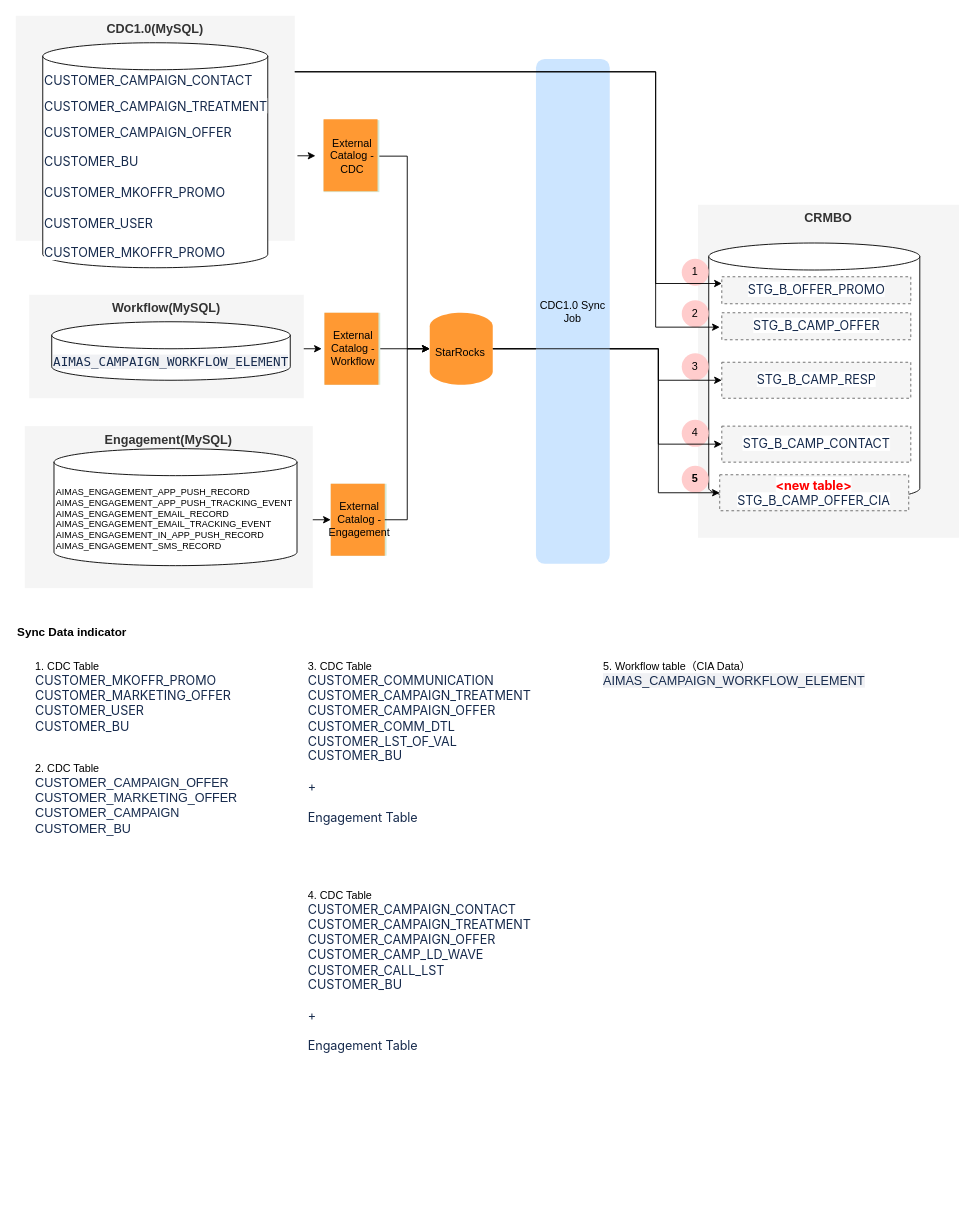
Earlier version of the draw.io diagram techlab/EDP/CRMBO data integration strategy.drawio (qiufang1314/drawio). Source tidied: cells renumbered, new cells numbered last; positions are measured from the earlier drawing's top-left corner, leaving out a move shared by most shapes. Both pictures are drawn from the tidied source at 90%, with x=0, y=0 at pixel (15, 15).
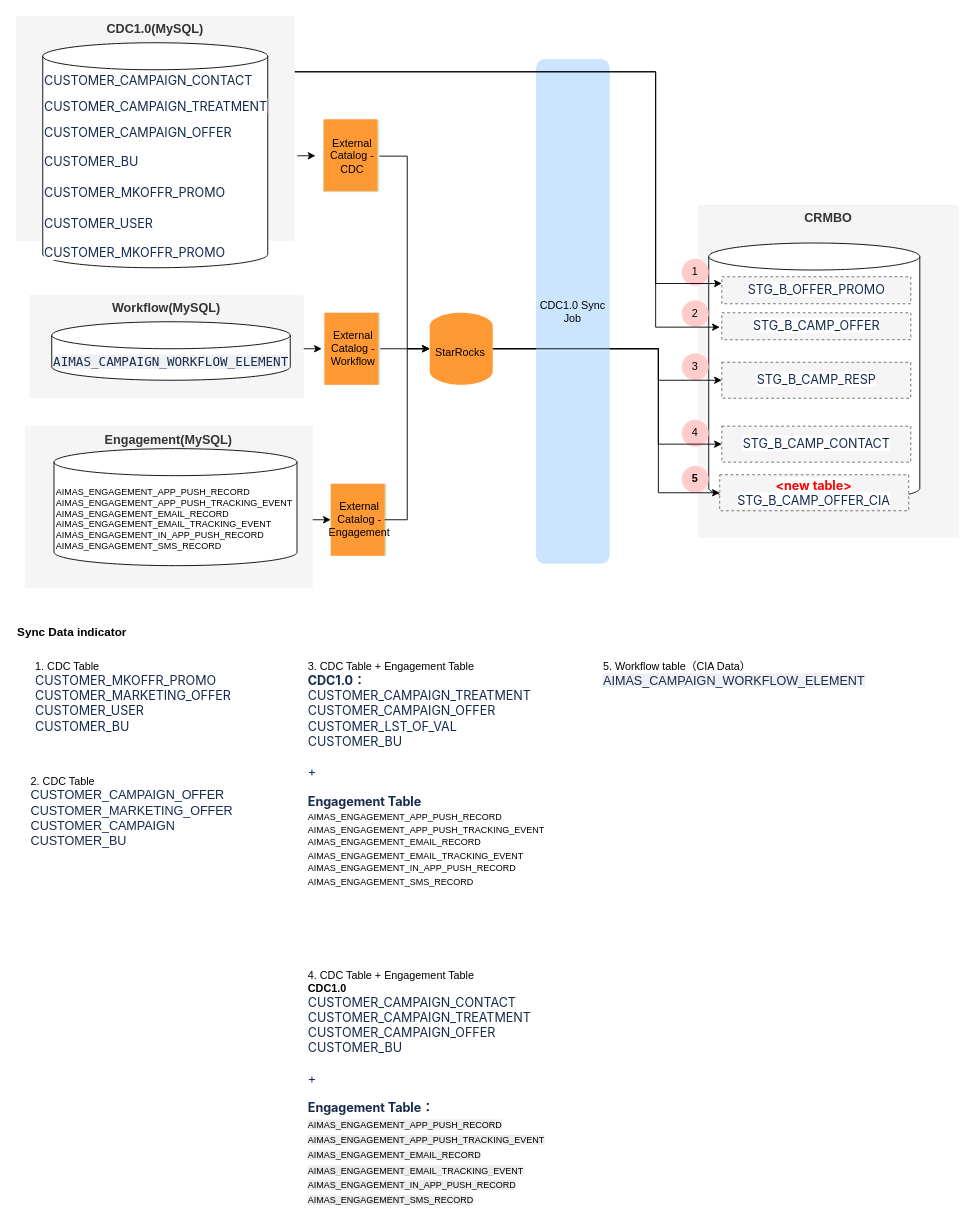
After the change.

Diff of the diagram source:
```diff
@@
     <mxCell id="34" value="&lt;font face=&quot;Helvetica&quot;&gt;2. CDC Table&lt;/font&gt;&lt;div&gt;&lt;font face=&quot;Helvetica&quot;&gt;&lt;span style=&quot;color: rgb(23, 43, 77); font-size: 14px; letter-spacing: -0.07px; white-space-collapse: preserve; background-color: rgb(255, 255, 255);&quot;&gt;CUSTOMER_CAMPAIGN_OFFER&lt;/span&gt;&lt;br style=&quot;box-sizing: border-box; color: rgb(23, 43, 77); font-size: 14px; letter-spacing: -0.07px; white-space-collapse: preserve; background-color: rgb(255, 255, 255);&quot;&gt;&lt;span style=&quot;color: rgb(23, 43, 77); font-size: 14px; letter-spacing: -0.07px; white-space-collapse: preserve; background-color: rgb(255, 255, 255);&quot;&gt;CUSTOMER_MARKETING_OFFER&lt;/span&gt;&lt;br style=&quot;box-sizing: border-box; color: rgb(23, 43, 77); font-size: 14px; letter-spacing: -0.07px; white-space-collapse: preserve; background-color: rgb(255, 255, 255);&quot;&gt;&lt;span style=&quot;color: rgb(23, 43, 77); font-size: 14px; letter-spacing: -0.07px; white-space-collapse: preserve; background-color: rgb(255, 255, 255);&quot;&gt;CUSTOMER_CAMPAIGN&lt;/span&gt;&lt;br style=&quot;box-sizing: border-box; color: rgb(23, 43, 77); font-size: 14px; letter-spacing: -0.07px; white-space-collapse: preserve; background-color: rgb(255, 255, 255);&quot;&gt;&lt;span style=&quot;color: rgb(23, 43, 77); font-size: 14px; letter-spacing: -0.07px; white-space-collapse: preserve; background-color: rgb(255, 255, 255);&quot;&gt;CUSTOMER_BU&lt;/span&gt;&lt;/font&gt;&lt;/div&gt;&lt;div&gt;&lt;span style=&quot;color: rgb(23, 43, 77); font-family: -apple-system, &amp;quot;system-ui&amp;quot;, &amp;quot;Segoe UI&amp;quot;, Roboto, Oxygen, Ubuntu, &amp;quot;Fira Sans&amp;quot;, &amp;quot;Droid Sans&amp;quot;, &amp;quot;Helvetica Neue&amp;quot;, sans-serif; font-size: 14px; letter-spacing: -0.07px; white-space-collapse: preserve; background-color: rgb(255, 255, 255);&quot;&gt;&lt;br&gt;&lt;/span&gt;&lt;/div&gt;" style="text;html=1;align=left;verticalAlign=top;whiteSpace=wrap;rounded=0;" parent="1" vertex="1">
-      <mxGeometry x="20" y="823" width="336" height="120" as="geometry" />
+      <mxGeometry x="15" y="837" width="336" height="120" as="geometry" />
     </mxCell>
-    <mxCell id="35" value="3. CDC Table&lt;div&gt;&lt;span style=&quot;color: rgb(23, 43, 77); font-family: -apple-system, &amp;quot;system-ui&amp;quot;, &amp;quot;Segoe UI&amp;quot;, Roboto, Oxygen, Ubuntu, &amp;quot;Fira Sans&amp;quot;, &amp;quot;Droid Sans&amp;quot;, &amp;quot;Helvetica Neue&amp;quot;, sans-serif; font-size: 14px; letter-spacing: -0.07px; white-space-collapse: preserve; background-color: rgb(255, 255, 255);&quot;&gt;CUSTOMER_COMMUNICATION&lt;/span&gt;&lt;br style=&quot;box-sizing: border-box; color: rgb(23, 43, 77); font-family: -apple-system, &amp;quot;system-ui&amp;quot;, &amp;quot;Segoe UI&amp;quot;, Roboto, Oxygen, Ubuntu, &amp;quot;Fira Sans&amp;quot;, &amp;quot;Droid Sans&amp;quot;, &amp;quot;Helvetica Neue&amp;quot;, sans-serif; font-size: 14px; letter-spacing: -0.07px; white-space-collapse: preserve; background-color: rgb(255, 255, 255);&quot;&gt;&lt;span style=&quot;color: rgb(23, 43, 77); font-family: -apple-system, &amp;quot;system-ui&amp;quot;, &amp;quot;Segoe UI&amp;quot;, Roboto, Oxygen, Ubuntu, &amp;quot;Fira Sans&amp;quot;, &amp;quot;Droid Sans&amp;quot;, &amp;quot;Helvetica Neue&amp;quot;, sans-serif; font-size: 14px; letter-spacing: -0.07px; white-space-collapse: preserve; background-color: rgb(255, 255, 255);&quot;&gt;CUSTOMER_CAMPAIGN_TREATMENT&lt;/span&gt;&lt;br style=&quot;box-sizing: border-box; color: rgb(23, 43, 77); font-family: -apple-system, &amp;quot;system-ui&amp;quot;, &amp;quot;Segoe UI&amp;quot;, Roboto, Oxygen, Ubuntu, &amp;quot;Fira Sans&amp;quot;, &amp;quot;Droid Sans&amp;quot;, &amp;quot;Helvetica Neue&amp;quot;, sans-serif; font-size: 14px; letter-spacing: -0.07px; white-space-collapse: preserve; background-color: rgb(255, 255, 255);&quot;&gt;&lt;span style=&quot;color: rgb(23, 43, 77); font-family: -apple-system, &amp;quot;system-ui&amp;quot;, &amp;quot;Segoe UI&amp;quot;, Roboto, Oxygen, Ubuntu, &amp;quot;Fira Sans&amp;quot;, &amp;quot;Droid Sans&amp;quot;, &amp;quot;Helvetica Neue&amp;quot;, sans-serif; font-size: 14px; letter-spacing: -0.07px; white-space-collapse: preserve; background-color: rgb(255, 255, 255);&quot;&gt;CUSTOMER_CAMPAIGN_OFFER&lt;/span&gt;&lt;br style=&quot;box-sizing: border-box; color: rgb(23, 43, 77); font-family: -apple-system, &amp;quot;system-ui&amp;quot;, &amp;quot;Segoe UI&amp;quot;, Roboto, Oxygen, Ubuntu, &amp;quot;Fira Sans&amp;quot;, &amp;quot;Droid Sans&amp;quot;, &amp;quot;Helvetica Neue&amp;quot;, sans-serif; font-size: 14px; letter-spacing: -0.07px; white-space-collapse: preserve; background-color: rgb(255, 255, 255);&quot;&gt;&lt;span style=&quot;color: rgb(23, 43, 77); font-family: -apple-system, &amp;quot;system-ui&amp;quot;, &amp;quot;Segoe UI&amp;quot;, Roboto, Oxygen, Ubuntu, &amp;quot;Fira Sans&amp;quot;, &amp;quot;Droid Sans&amp;quot;, &amp;quot;Helvetica Neue&amp;quot;, sans-serif; font-size: 14px; letter-spacing: -0.07px; white-space-collapse: preserve; background-color: rgb(255, 255, 255);&quot;&gt;CUSTOMER_COMM_DTL&lt;/span&gt;&lt;br style=&quot;box-sizing: border-box; color: rgb(23, 43, 77); font-family: -apple-system, &amp;quot;system-ui&amp;quot;, &amp;quot;Segoe UI&amp;quot;, Roboto, Oxygen, Ubuntu, &amp;quot;Fira Sans&amp;quot;, &amp;quot;Droid Sans&amp;quot;, &amp;quot;Helvetica Neue&amp;quot;, sans-serif; font-size: 14px; letter-spacing: -0.07px; white-space-collapse: preserve; background-color: rgb(255, 255, 255);&quot;&gt;&lt;span style=&quot;color: rgb(23, 43, 77); font-family: -apple-system, &amp;quot;system-ui&amp;quot;, &amp;quot;Segoe UI&amp;quot;, Roboto, Oxygen, Ubuntu, &amp;quot;Fira Sans&amp;quot;, &amp;quot;Droid Sans&amp;quot;, &amp;quot;Helvetica Neue&amp;quot;, sans-serif; font-size: 14px; letter-spacing: -0.07px; white-space-collapse: preserve; background-color: rgb(255, 255, 255);&quot;&gt;CUSTOMER_LST_OF_VAL&lt;/span&gt;&lt;br style=&quot;box-sizing: border-box; color: rgb(23, 43, 77); font-family: -apple-system, &amp;quot;system-ui&amp;quot;, &amp;quot;Segoe UI&amp;quot;, Roboto, Oxygen, Ubuntu, &amp;quot;Fira Sans&amp;quot;, &amp;quot;Droid Sans&amp;quot;, &amp;quot;Helvetica Neue&amp;quot;, sans-serif; font-size: 14px; letter-spacing: -0.07px; white-space-collapse: preserve; background-color: rgb(255, 255, 255);&quot;&gt;&lt;span style=&quot;color: rgb(23, 43, 77); font-family: -apple-system, &amp;quot;system-ui&amp;quot;, &amp;quot;Segoe UI&amp;quot;, Roboto, Oxygen, Ubuntu, &amp;quot;Fira Sans&amp;quot;, &amp;quot;Droid Sans&amp;quot;, &amp;quot;Helvetica Neue&amp;quot;, sans-serif; font-size: 14px; letter-spacing: -0.07px; white-space-collapse: preserve; background-color: rgb(255, 255, 255);&quot;&gt;CUSTOMER_BU&lt;/span&gt;&lt;/div&gt;&lt;div&gt;&lt;span style=&quot;color: rgb(23, 43, 77); font-family: -apple-system, &amp;quot;system-ui&amp;quot;, &amp;quot;Segoe UI&amp;quot;, Roboto, Oxygen, Ubuntu, &amp;quot;Fira Sans&amp;quot;, &amp;quot;Droid Sans&amp;quot;, &amp;quot;Helvetica Neue&amp;quot;, sans-serif; font-size: 14px; letter-spacing: -0.07px; white-space-collapse: preserve; background-color: rgb(255, 255, 255);&quot;&gt;&lt;br&gt;&lt;/span&gt;&lt;/div&gt;&lt;div&gt;&lt;span style=&quot;color: rgb(23, 43, 77); font-family: -apple-system, &amp;quot;system-ui&amp;quot;, &amp;quot;Segoe UI&amp;quot;, Roboto, Oxygen, Ubuntu, &amp;quot;Fira Sans&amp;quot;, &amp;quot;Droid Sans&amp;quot;, &amp;quot;Helvetica Neue&amp;quot;, sans-serif; font-size: 14px; letter-spacing: -0.07px; white-space-collapse: preserve; background-color: rgb(255, 255, 255);&quot;&gt;+&lt;/span&gt;&lt;/div&gt;&lt;div&gt;&lt;span style=&quot;color: rgb(23, 43, 77); font-family: -apple-system, &amp;quot;system-ui&amp;quot;, &amp;quot;Segoe UI&amp;quot;, Roboto, Oxygen, Ubuntu, &amp;quot;Fira Sans&amp;quot;, &amp;quot;Droid Sans&amp;quot;, &amp;quot;Helvetica Neue&amp;quot;, sans-serif; font-size: 14px; letter-spacing: -0.07px; white-space-collapse: preserve; background-color: rgb(255, 255, 255);&quot;&gt;&lt;br&gt;&lt;/span&gt;&lt;/div&gt;&lt;div&gt;&lt;span style=&quot;color: rgb(23, 43, 77); font-family: -apple-system, &amp;quot;system-ui&amp;quot;, &amp;quot;Segoe UI&amp;quot;, Roboto, Oxygen, Ubuntu, &amp;quot;Fira Sans&amp;quot;, &amp;quot;Droid Sans&amp;quot;, &amp;quot;Helvetica Neue&amp;quot;, sans-serif; font-size: 14px; letter-spacing: -0.07px; white-space-collapse: preserve; background-color: rgb(255, 255, 255);&quot;&gt;Engagement Table&lt;/span&gt;&lt;/div&gt;" style="text;html=1;align=left;verticalAlign=top;whiteSpace=wrap;rounded=0;" parent="1" vertex="1">
+    <mxCell id="35" value="3. CDC Table + Engagement Table&lt;div&gt;&lt;font face=&quot;-apple-system, system-ui, Segoe UI, Roboto, Oxygen, Ubuntu, Fira Sans, Droid Sans, Helvetica Neue, sans-serif&quot; color=&quot;#172b4d&quot;&gt;&lt;span style=&quot;font-size: 14px; letter-spacing: -0.07px; white-space-collapse: preserve; background-color: rgb(255, 255, 255);&quot;&gt;&lt;b&gt;CDC1.0：&lt;/b&gt;&lt;/span&gt;&lt;/font&gt;&lt;/div&gt;&lt;div&gt;&lt;span style=&quot;color: rgb(23, 43, 77); font-family: -apple-system, &amp;quot;system-ui&amp;quot;, &amp;quot;Segoe UI&amp;quot;, Roboto, Oxygen, Ubuntu, &amp;quot;Fira Sans&amp;quot;, &amp;quot;Droid Sans&amp;quot;, &amp;quot;Helvetica Neue&amp;quot;, sans-serif; font-size: 14px; letter-spacing: -0.07px; white-space-collapse: preserve; background-color: rgb(255, 255, 255);&quot;&gt;CUSTOMER_CAMPAIGN_TREATMENT&lt;/span&gt;&lt;br style=&quot;box-sizing: border-box; color: rgb(23, 43, 77); font-family: -apple-system, &amp;quot;system-ui&amp;quot;, &amp;quot;Segoe UI&amp;quot;, Roboto, Oxygen, Ubuntu, &amp;quot;Fira Sans&amp;quot;, &amp;quot;Droid Sans&amp;quot;, &amp;quot;Helvetica Neue&amp;quot;, sans-serif; font-size: 14px; letter-spacing: -0.07px; white-space-collapse: preserve; background-color: rgb(255, 255, 255);&quot;&gt;&lt;span style=&quot;color: rgb(23, 43, 77); font-family: -apple-system, &amp;quot;system-ui&amp;quot;, &amp;quot;Segoe UI&amp;quot;, Roboto, Oxygen, Ubuntu, &amp;quot;Fira Sans&amp;quot;, &amp;quot;Droid Sans&amp;quot;, &amp;quot;Helvetica Neue&amp;quot;, sans-serif; font-size: 14px; letter-spacing: -0.07px; white-space-collapse: preserve; background-color: rgb(255, 255, 255);&quot;&gt;CUSTOMER_CAMPAIGN_OFFER&lt;/span&gt;&lt;br style=&quot;box-sizing: border-box; color: rgb(23, 43, 77); font-family: -apple-system, &amp;quot;system-ui&amp;quot;, &amp;quot;Segoe UI&amp;quot;, Roboto, Oxygen, Ubuntu, &amp;quot;Fira Sans&amp;quot;, &amp;quot;Droid Sans&amp;quot;, &amp;quot;Helvetica Neue&amp;quot;, sans-serif; font-size: 14px; letter-spacing: -0.07px; white-space-collapse: preserve; background-color: rgb(255, 255, 255);&quot;&gt;&lt;span style=&quot;color: rgb(23, 43, 77); font-family: -apple-system, &amp;quot;system-ui&amp;quot;, &amp;quot;Segoe UI&amp;quot;, Roboto, Oxygen, Ubuntu, &amp;quot;Fira Sans&amp;quot;, &amp;quot;Droid Sans&amp;quot;, &amp;quot;Helvetica Neue&amp;quot;, sans-serif; font-size: 14px; letter-spacing: -0.07px; white-space-collapse: preserve; background-color: rgb(255, 255, 255);&quot;&gt;CUSTOMER_LST_OF_VAL&lt;/span&gt;&lt;br style=&quot;box-sizing: border-box; color: rgb(23, 43, 77); font-family: -apple-system, &amp;quot;system-ui&amp;quot;, &amp;quot;Segoe UI&amp;quot;, Roboto, Oxygen, Ubuntu, &amp;quot;Fira Sans&amp;quot;, &amp;quot;Droid Sans&amp;quot;, &amp;quot;Helvetica Neue&amp;quot;, sans-serif; font-size: 14px; letter-spacing: -0.07px; white-space-collapse: preserve; background-color: rgb(255, 255, 255);&quot;&gt;&lt;span style=&quot;color: rgb(23, 43, 77); font-family: -apple-system, &amp;quot;system-ui&amp;quot;, &amp;quot;Segoe UI&amp;quot;, Roboto, Oxygen, Ubuntu, &amp;quot;Fira Sans&amp;quot;, &amp;quot;Droid Sans&amp;quot;, &amp;quot;Helvetica Neue&amp;quot;, sans-serif; font-size: 14px; letter-spacing: -0.07px; white-space-collapse: preserve; background-color: rgb(255, 255, 255);&quot;&gt;CUSTOMER_BU&lt;/span&gt;&lt;/div&gt;&lt;div&gt;&lt;span style=&quot;color: rgb(23, 43, 77); font-family: -apple-system, &amp;quot;system-ui&amp;quot;, &amp;quot;Segoe UI&amp;quot;, Roboto, Oxygen, Ubuntu, &amp;quot;Fira Sans&amp;quot;, &amp;quot;Droid Sans&amp;quot;, &amp;quot;Helvetica Neue&amp;quot;, sans-serif; font-size: 14px; letter-spacing: -0.07px; white-space-collapse: preserve; background-color: rgb(255, 255, 255);&quot;&gt;&lt;br&gt;&lt;/span&gt;&lt;/div&gt;&lt;div&gt;&lt;span style=&quot;color: rgb(23, 43, 77); font-family: -apple-system, &amp;quot;system-ui&amp;quot;, &amp;quot;Segoe UI&amp;quot;, Roboto, Oxygen, Ubuntu, &amp;quot;Fira Sans&amp;quot;, &amp;quot;Droid Sans&amp;quot;, &amp;quot;Helvetica Neue&amp;quot;, sans-serif; font-size: 14px; letter-spacing: -0.07px; white-space-collapse: preserve; background-color: rgb(255, 255, 255);&quot;&gt;+&lt;/span&gt;&lt;/div&gt;&lt;div&gt;&lt;span style=&quot;color: rgb(23, 43, 77); font-family: -apple-system, &amp;quot;system-ui&amp;quot;, &amp;quot;Segoe UI&amp;quot;, Roboto, Oxygen, Ubuntu, &amp;quot;Fira Sans&amp;quot;, &amp;quot;Droid Sans&amp;quot;, &amp;quot;Helvetica Neue&amp;quot;, sans-serif; font-size: 14px; letter-spacing: -0.07px; white-space-collapse: preserve; background-color: rgb(255, 255, 255);&quot;&gt;&lt;br&gt;&lt;/span&gt;&lt;/div&gt;&lt;div&gt;&lt;span style=&quot;color: rgb(23, 43, 77); font-family: -apple-system, &amp;quot;system-ui&amp;quot;, &amp;quot;Segoe UI&amp;quot;, Roboto, Oxygen, Ubuntu, &amp;quot;Fira Sans&amp;quot;, &amp;quot;Droid Sans&amp;quot;, &amp;quot;Helvetica Neue&amp;quot;, sans-serif; font-size: 14px; letter-spacing: -0.07px; white-space-collapse: preserve; background-color: rgb(255, 255, 255);&quot;&gt;&lt;b&gt;Engagement Table&lt;/b&gt;&lt;/span&gt;&lt;/div&gt;&lt;div&gt;&lt;font face=&quot;Helvetica&quot;&gt;&lt;span style=&quot;font-size: 10px;&quot;&gt;AIMAS_ENGAGEMENT_APP_PUSH_RECORD&lt;/span&gt;&lt;br style=&quot;font-size: 10px;&quot;&gt;&lt;span style=&quot;font-size: 10px;&quot;&gt;AIMAS_ENGAGEMENT_APP_PUSH_TRACKING_EVENT&lt;/span&gt;&lt;br style=&quot;font-size: 10px;&quot;&gt;&lt;span style=&quot;font-size: 10px;&quot;&gt;AIMAS_ENGAGEMENT_EMAIL_RECORD&lt;/span&gt;&lt;br style=&quot;font-size: 10px;&quot;&gt;&lt;span style=&quot;font-size: 10px;&quot;&gt;AIMAS_ENGAGEMENT_EMAIL_TRACKING_EVENT&lt;/span&gt;&lt;br style=&quot;font-size: 10px;&quot;&gt;&lt;span style=&quot;font-size: 10px;&quot;&gt;AIMAS_ENGAGEMENT_IN_APP_PUSH_RECORD&lt;/span&gt;&lt;br style=&quot;font-size: 10px;&quot;&gt;&lt;span style=&quot;font-size: 10px;&quot;&gt;AIMAS_ENGAGEMENT_SMS_RECORD&lt;/span&gt;&lt;/font&gt;&lt;/div&gt;" style="text;html=1;align=left;verticalAlign=top;whiteSpace=wrap;rounded=0;" parent="1" vertex="1">
       <mxGeometry x="323" y="710" width="220" height="100" as="geometry" />
     </mxCell>
-    <mxCell id="36" value="4. CDC Table&lt;div&gt;&lt;font face=&quot;-apple-system, system-ui, Segoe UI, Roboto, Oxygen, Ubuntu, Fira Sans, Droid Sans, Helvetica Neue, sans-serif&quot; color=&quot;#172b4d&quot;&gt;&lt;span style=&quot;font-size: 14px; letter-spacing: -0.07px; white-space-collapse: preserve;&quot;&gt;CUSTOMER_CAMPAIGN_CONTACT&lt;br/&gt;CUSTOMER_CAMPAIGN_TREATMENT&lt;br/&gt;CUSTOMER_CAMPAIGN_OFFER&lt;br/&gt;CUSTOMER_CAMP_LD_WAVE&lt;br/&gt;CUSTOMER_CALL_LST&lt;br/&gt;CUSTOMER_BU&lt;/span&gt;&lt;/font&gt;&lt;/div&gt;&lt;div&gt;&lt;span style=&quot;color: rgb(23, 43, 77); font-family: -apple-system, &amp;quot;system-ui&amp;quot;, &amp;quot;Segoe UI&amp;quot;, Roboto, Oxygen, Ubuntu, &amp;quot;Fira Sans&amp;quot;, &amp;quot;Droid Sans&amp;quot;, &amp;quot;Helvetica Neue&amp;quot;, sans-serif; font-size: 14px; letter-spacing: -0.07px; white-space-collapse: preserve; background-color: rgb(255, 255, 255);&quot;&gt;&lt;br&gt;&lt;/span&gt;&lt;/div&gt;&lt;div&gt;&lt;span style=&quot;color: rgb(23, 43, 77); font-family: -apple-system, &amp;quot;system-ui&amp;quot;, &amp;quot;Segoe UI&amp;quot;, Roboto, Oxygen, Ubuntu, &amp;quot;Fira Sans&amp;quot;, &amp;quot;Droid Sans&amp;quot;, &amp;quot;Helvetica Neue&amp;quot;, sans-serif; font-size: 14px; letter-spacing: -0.07px; white-space-collapse: preserve; background-color: rgb(255, 255, 255);&quot;&gt;+&lt;/span&gt;&lt;/div&gt;&lt;div&gt;&lt;span style=&quot;color: rgb(23, 43, 77); font-family: -apple-system, &amp;quot;system-ui&amp;quot;, &amp;quot;Segoe UI&amp;quot;, Roboto, Oxygen, Ubuntu, &amp;quot;Fira Sans&amp;quot;, &amp;quot;Droid Sans&amp;quot;, &amp;quot;Helvetica Neue&amp;quot;, sans-serif; font-size: 14px; letter-spacing: -0.07px; white-space-collapse: preserve; background-color: rgb(255, 255, 255);&quot;&gt;&lt;br&gt;&lt;/span&gt;&lt;/div&gt;&lt;div&gt;&lt;span style=&quot;color: rgb(23, 43, 77); font-family: -apple-system, &amp;quot;system-ui&amp;quot;, &amp;quot;Segoe UI&amp;quot;, Roboto, Oxygen, Ubuntu, &amp;quot;Fira Sans&amp;quot;, &amp;quot;Droid Sans&amp;quot;, &amp;quot;Helvetica Neue&amp;quot;, sans-serif; font-size: 14px; letter-spacing: -0.07px; white-space-collapse: preserve; background-color: rgb(255, 255, 255);&quot;&gt;Engagement Table&lt;/span&gt;&lt;/div&gt;" style="text;html=1;align=left;verticalAlign=top;whiteSpace=wrap;rounded=0;" parent="1" vertex="1">
-      <mxGeometry x="323" y="964" width="220" height="100" as="geometry" />
+    <mxCell id="36" value="4. CDC Table + Engagement Table&lt;div&gt;&lt;b&gt;CDC1.0&lt;/b&gt;&lt;br&gt;&lt;div&gt;&lt;font face=&quot;-apple-system, system-ui, Segoe UI, Roboto, Oxygen, Ubuntu, Fira Sans, Droid Sans, Helvetica Neue, sans-serif&quot; color=&quot;#172b4d&quot;&gt;&lt;span style=&quot;font-size: 14px; letter-spacing: -0.07px; white-space-collapse: preserve;&quot;&gt;CUSTOMER_CAMPAIGN_CONTACT&lt;br&gt;CUSTOMER_CAMPAIGN_TREATMENT&lt;br&gt;CUSTOMER_CAMPAIGN_OFFER&lt;br&gt;CUSTOMER_BU&lt;/span&gt;&lt;/font&gt;&lt;/div&gt;&lt;div&gt;&lt;span style=&quot;color: rgb(23, 43, 77); font-family: -apple-system, &amp;quot;system-ui&amp;quot;, &amp;quot;Segoe UI&amp;quot;, Roboto, Oxygen, Ubuntu, &amp;quot;Fira Sans&amp;quot;, &amp;quot;Droid Sans&amp;quot;, &amp;quot;Helvetica Neue&amp;quot;, sans-serif; font-size: 14px; letter-spacing: -0.07px; white-space-collapse: preserve; background-color: rgb(255, 255, 255);&quot;&gt;&lt;br&gt;&lt;/span&gt;&lt;/div&gt;&lt;div&gt;&lt;span style=&quot;color: rgb(23, 43, 77); font-family: -apple-system, &amp;quot;system-ui&amp;quot;, &amp;quot;Segoe UI&amp;quot;, Roboto, Oxygen, Ubuntu, &amp;quot;Fira Sans&amp;quot;, &amp;quot;Droid Sans&amp;quot;, &amp;quot;Helvetica Neue&amp;quot;, sans-serif; font-size: 14px; letter-spacing: -0.07px; white-space-collapse: preserve; background-color: rgb(255, 255, 255);&quot;&gt;+&lt;/span&gt;&lt;/div&gt;&lt;div&gt;&lt;span style=&quot;color: rgb(23, 43, 77); font-family: -apple-system, &amp;quot;system-ui&amp;quot;, &amp;quot;Segoe UI&amp;quot;, Roboto, Oxygen, Ubuntu, &amp;quot;Fira Sans&amp;quot;, &amp;quot;Droid Sans&amp;quot;, &amp;quot;Helvetica Neue&amp;quot;, sans-serif; font-size: 14px; letter-spacing: -0.07px; white-space-collapse: preserve; background-color: rgb(255, 255, 255);&quot;&gt;&lt;br&gt;&lt;/span&gt;&lt;/div&gt;&lt;div&gt;&lt;span style=&quot;color: rgb(23, 43, 77); font-family: -apple-system, &amp;quot;system-ui&amp;quot;, &amp;quot;Segoe UI&amp;quot;, Roboto, Oxygen, Ubuntu, &amp;quot;Fira Sans&amp;quot;, &amp;quot;Droid Sans&amp;quot;, &amp;quot;Helvetica Neue&amp;quot;, sans-serif; font-size: 14px; letter-spacing: -0.07px; white-space-collapse: preserve; background-color: rgb(255, 255, 255);&quot;&gt;&lt;b&gt;Engagement Table：&lt;/b&gt;&lt;/span&gt;&lt;/div&gt;&lt;/div&gt;&lt;div&gt;&lt;span style=&quot;color: rgb(23, 43, 77); font-family: -apple-system, &amp;quot;system-ui&amp;quot;, &amp;quot;Segoe UI&amp;quot;, Roboto, Oxygen, Ubuntu, &amp;quot;Fira Sans&amp;quot;, &amp;quot;Droid Sans&amp;quot;, &amp;quot;Helvetica Neue&amp;quot;, sans-serif; font-size: 14px; letter-spacing: -0.07px; white-space-collapse: preserve; background-color: rgb(255, 255, 255);&quot;&gt;&lt;span style=&quot;color: rgb(0, 0, 0); font-family: Helvetica; letter-spacing: normal; white-space-collapse: collapse; background-color: rgb(236, 236, 236); font-size: 10px;&quot;&gt;AIMAS_ENGAGEMENT_APP_PUSH_RECORD&lt;/span&gt;&lt;br style=&quot;color: rgb(0, 0, 0); font-family: Helvetica; letter-spacing: normal; white-space-collapse: collapse; background-color: rgb(236, 236, 236); font-size: 10px;&quot;&gt;&lt;span style=&quot;color: rgb(0, 0, 0); font-family: Helvetica; letter-spacing: normal; white-space-collapse: collapse; background-color: rgb(236, 236, 236); font-size: 10px;&quot;&gt;AIMAS_ENGAGEMENT_APP_PUSH_TRACKING_EVENT&lt;/span&gt;&lt;br style=&quot;color: rgb(0, 0, 0); font-family: Helvetica; letter-spacing: normal; white-space-collapse: collapse; background-color: rgb(236, 236, 236); font-size: 10px;&quot;&gt;&lt;span style=&quot;color: rgb(0, 0, 0); font-family: Helvetica; letter-spacing: normal; white-space-collapse: collapse; background-color: rgb(236, 236, 236); font-size: 10px;&quot;&gt;AIMAS_ENGAGEMENT_EMAIL_RECORD&lt;/span&gt;&lt;br style=&quot;color: rgb(0, 0, 0); font-family: Helvetica; letter-spacing: normal; white-space-collapse: collapse; background-color: rgb(236, 236, 236); font-size: 10px;&quot;&gt;&lt;span style=&quot;color: rgb(0, 0, 0); font-family: Helvetica; letter-spacing: normal; white-space-collapse: collapse; background-color: rgb(236, 236, 236); font-size: 10px;&quot;&gt;AIMAS_ENGAGEMENT_EMAIL_TRACKING_EVENT&lt;/span&gt;&lt;br style=&quot;color: rgb(0, 0, 0); font-family: Helvetica; letter-spacing: normal; white-space-collapse: collapse; background-color: rgb(236, 236, 236); font-size: 10px;&quot;&gt;&lt;span style=&quot;color: rgb(0, 0, 0); font-family: Helvetica; letter-spacing: normal; white-space-collapse: collapse; background-color: rgb(236, 236, 236); font-size: 10px;&quot;&gt;AIMAS_ENGAGEMENT_IN_APP_PUSH_RECORD&lt;/span&gt;&lt;br style=&quot;color: rgb(0, 0, 0); font-family: Helvetica; letter-spacing: normal; white-space-collapse: collapse; background-color: rgb(236, 236, 236); font-size: 10px;&quot;&gt;&lt;span style=&quot;color: rgb(0, 0, 0); font-family: Helvetica; letter-spacing: normal; white-space-collapse: collapse; background-color: rgb(236, 236, 236); font-size: 10px;&quot;&gt;AIMAS_ENGAGEMENT_SMS_RECORD&lt;/span&gt;&lt;/span&gt;&lt;/div&gt;" style="text;html=1;align=left;verticalAlign=top;whiteSpace=wrap;rounded=0;" parent="1" vertex="1">
+      <mxGeometry x="323" y="1053" width="220" height="100" as="geometry" />
     </mxCell>
```
